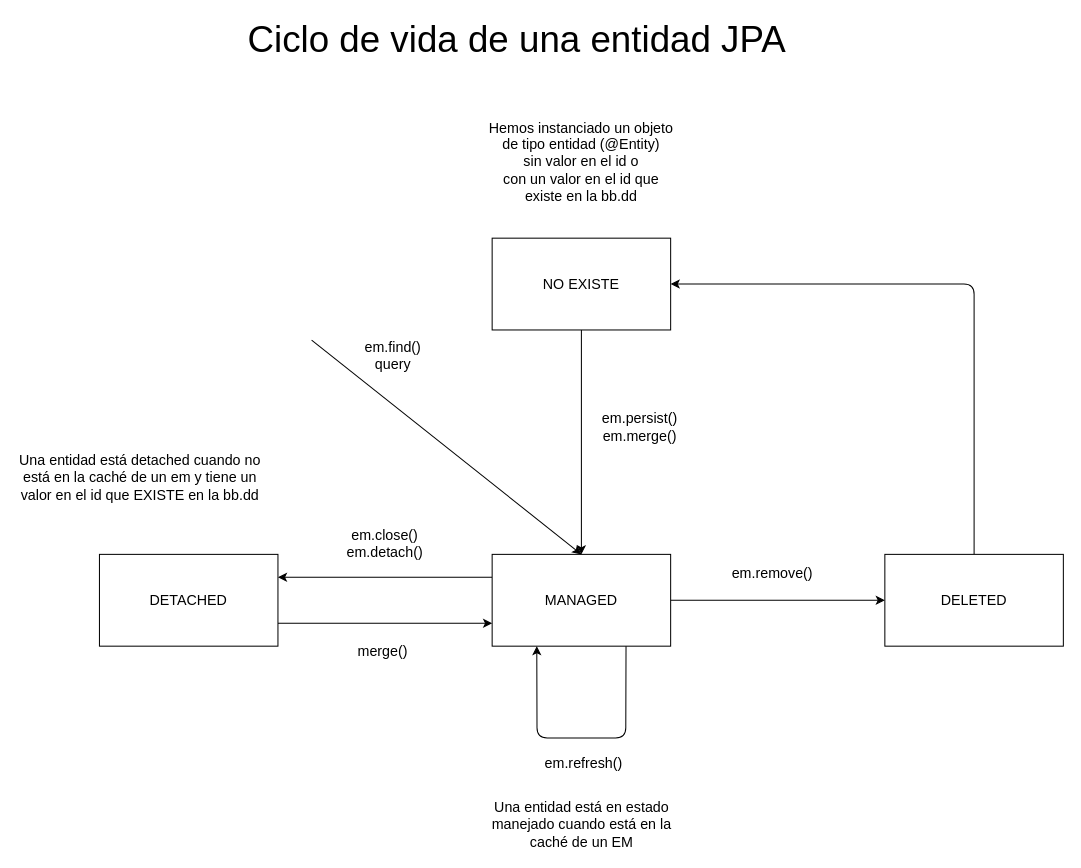
This is page "Página-6" (8 of 17) of diagramas.drawio from lrag/Hibernate_JPA, a draw.io file, before an edit. Source tidied: cells renumbered, new cells numbered last; positions are measured from the earlier drawing's top-left corner, leaving out a move shared by most shapes. Both pictures are drawn from the tidied source at 102%, with x=0, y=0 at pixel (17, 23).
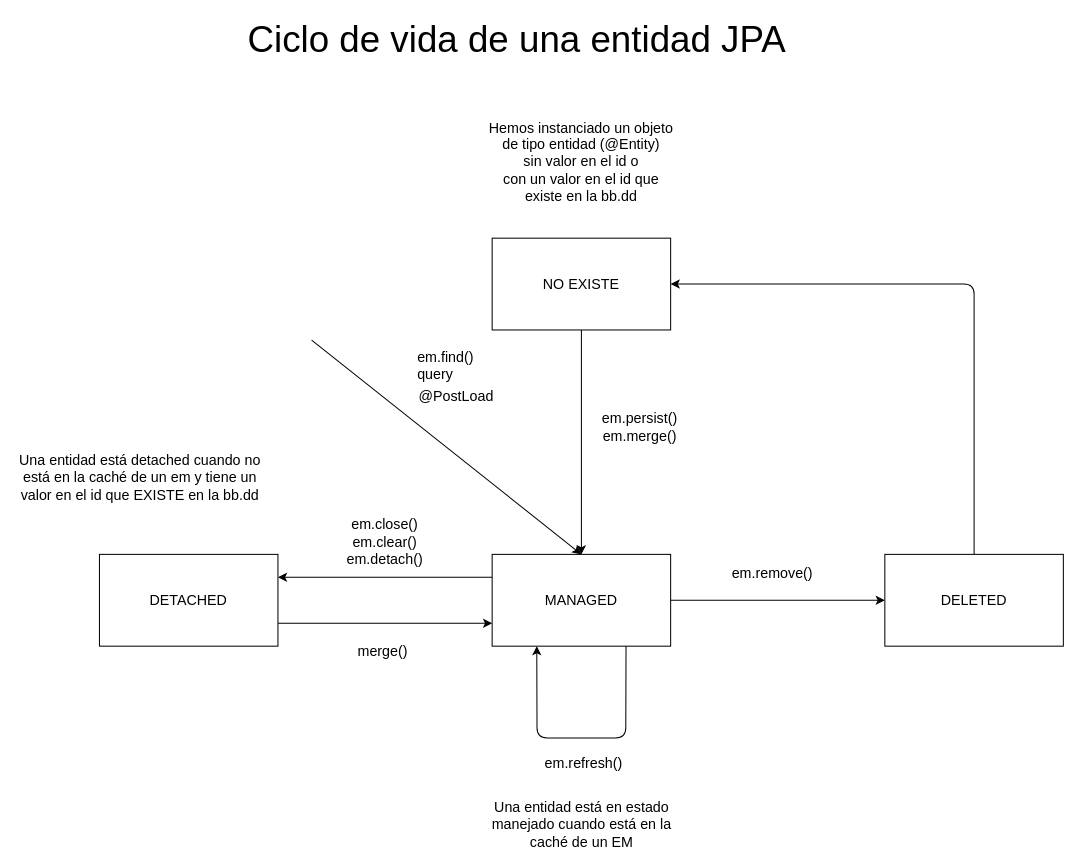
After the change.

The edit, as a diff of the source:
```diff
@@
-    <mxCell id="18" value="em.close()&lt;br&gt;em.detach()" style="text;html=1;strokeColor=none;fillColor=none;align=center;verticalAlign=middle;whiteSpace=wrap;rounded=0;fontSize=14;" parent="1" vertex="1">
-      <mxGeometry x="330" y="494" width="60" height="30" as="geometry" />
+    <mxCell id="18" value="em.close()&lt;br&gt;em.clear()&lt;br&gt;em.detach()" style="text;html=1;strokeColor=none;fillColor=none;align=center;verticalAlign=middle;whiteSpace=wrap;rounded=0;fontSize=14;" parent="1" vertex="1">
+      <mxGeometry x="330" y="493" width="60" height="30" as="geometry" />
     </mxCell>
@@
-    <mxCell id="22" value="em.find()&lt;br&gt;query" style="text;html=1;strokeColor=none;fillColor=none;align=center;verticalAlign=middle;whiteSpace=wrap;rounded=0;fontSize=14;" parent="1" vertex="1">
-      <mxGeometry x="338" y="310" width="60" height="30" as="geometry" />
+    <mxCell id="22" value="em.find()&lt;br&gt;query" style="text;html=1;strokeColor=none;fillColor=none;align=left;verticalAlign=middle;whiteSpace=wrap;rounded=0;fontSize=14;" parent="1" vertex="1">
+      <mxGeometry x="390" y="320" width="60" height="30" as="geometry" />
     </mxCell>
+    <mxCell id="23" value="@PostLoad" style="text;html=1;strokeColor=none;fillColor=none;align=center;verticalAlign=middle;whiteSpace=wrap;rounded=0;fontSize=14;" parent="1" vertex="1">
+      <mxGeometry x="400" y="350" width="60" height="30" as="geometry" />
+    </mxCell>
```
